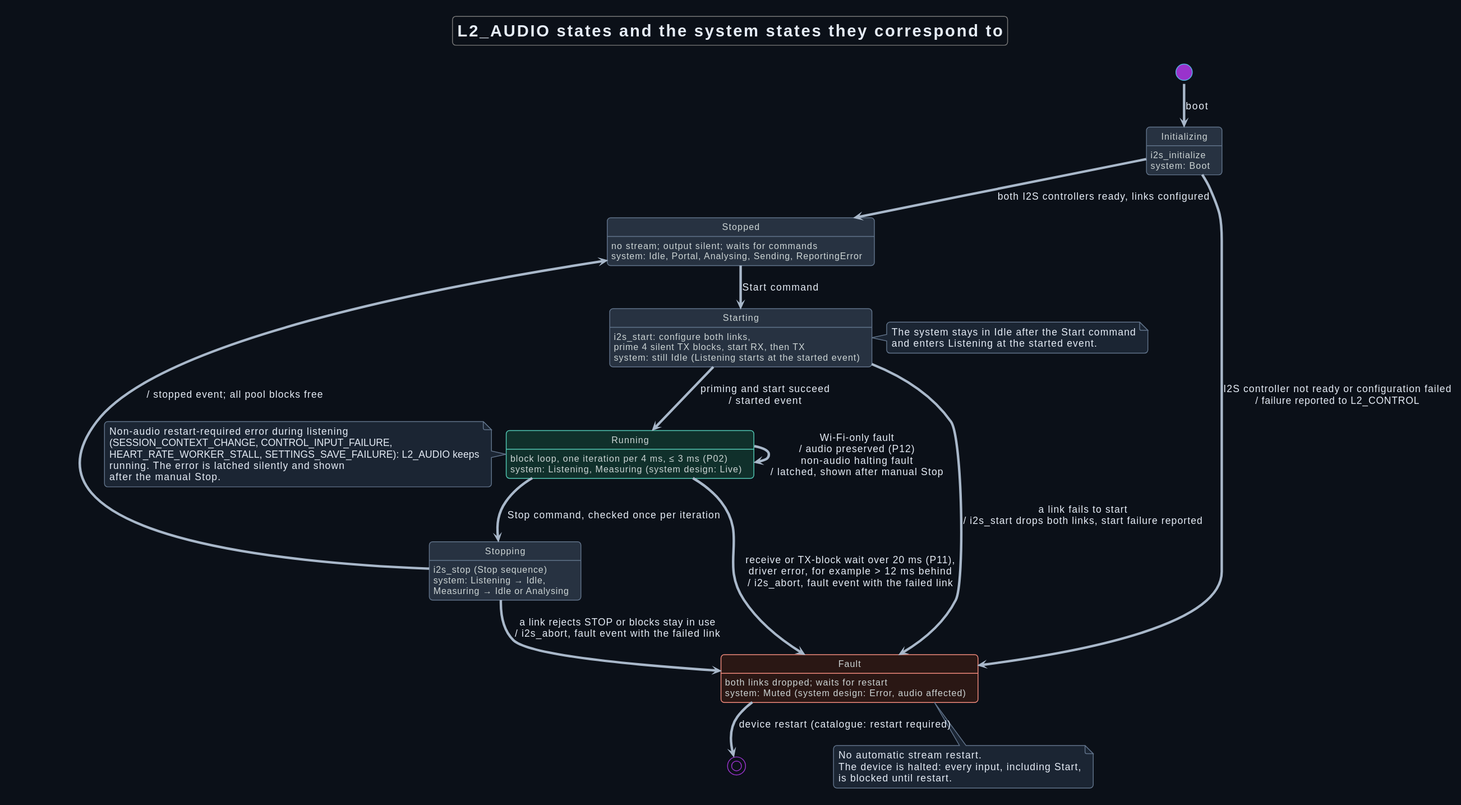
Earlier version of the PlantUML export Development/system/design/AUDIO/rendered/audio_state.svg (DemonicPsychoII/DigitalStethoscope).
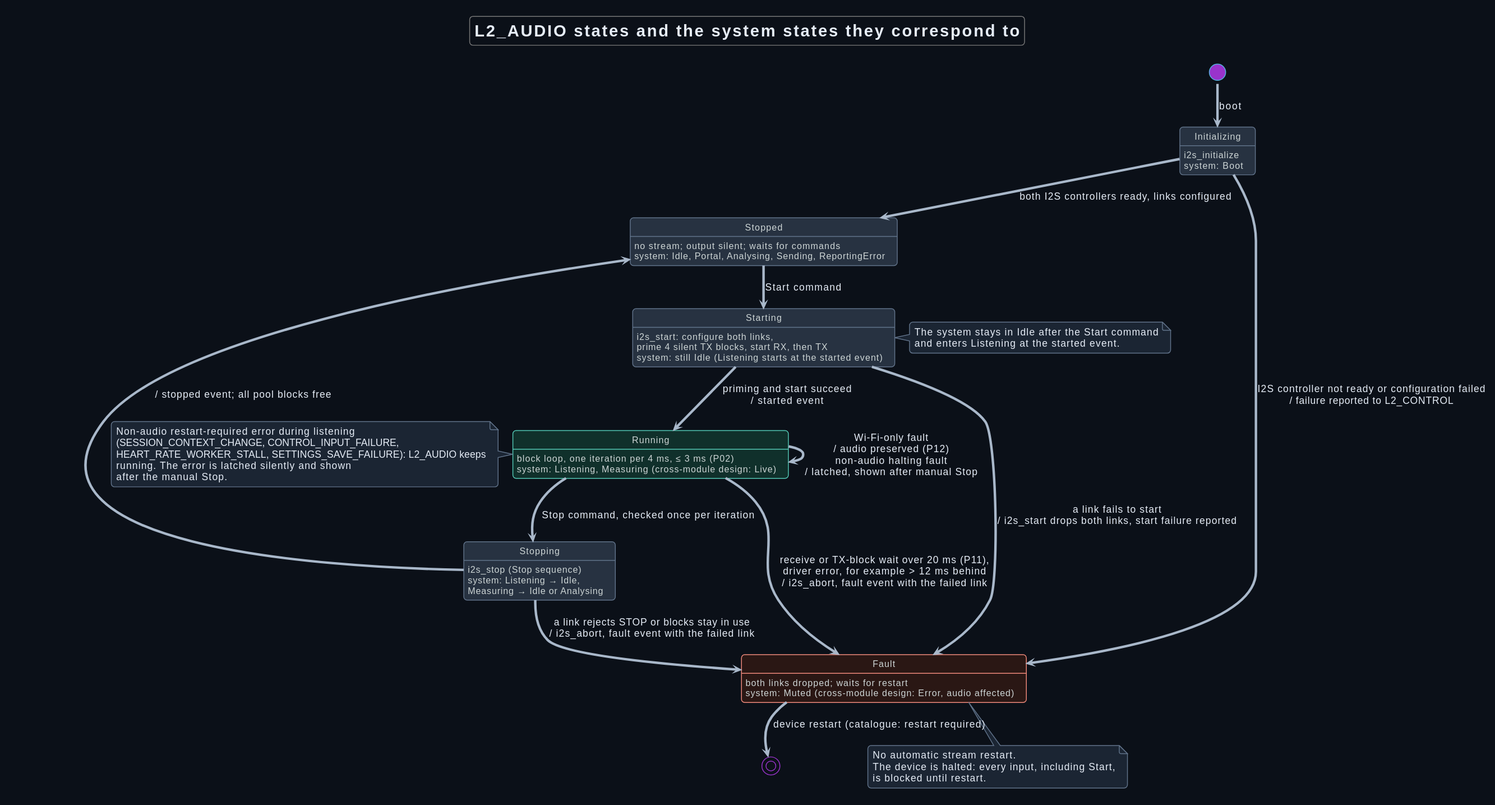
After the change.

Change to the diagram source:
```diff
@@ -29,9 +29,9 @@
 state "Initializing" as Initializing : i2s_initialize\nsystem: Boot
 state "Stopped" as Stopped : no stream; output silent; waits for commands\nsystem: Idle, Portal, Analysing, Sending, ReportingError
 state "Starting" as Starting : i2s_start: configure both links,\nprime 4 silent TX blocks, start RX, then TX\nsystem: still Idle (Listening starts at the started event)
-state "Running" as Running <<running>> : block loop, one iteration per 4 ms, ≤ 3 ms (P02)\nsystem: Listening, Measuring (system design: Live)
+state "Running" as Running <<running>> : block loop, one iteration per 4 ms, ≤ 3 ms (P02)\nsystem: Listening, Measuring (cross-module design: Live)
 state "Stopping" as Stopping : i2s_stop (Stop sequence)\nsystem: Listening → Idle,\nMeasuring → Idle or Analysing
-state "Fault" as Fault <<fault>> : both links dropped; waits for restart\nsystem: Muted (system design: Error, audio affected)
+state "Fault" as Fault <<fault>> : both links dropped; waits for restart\nsystem: Muted (cross-module design: Error, audio affected)
 [*] --> Initializing : boot
 Initializing --> Stopped : both I2S controllers ready, links configured
 Initializing --> Fault : I2S controller not ready or configuration failed\n/ failure reported to L2_CONTROL
```
